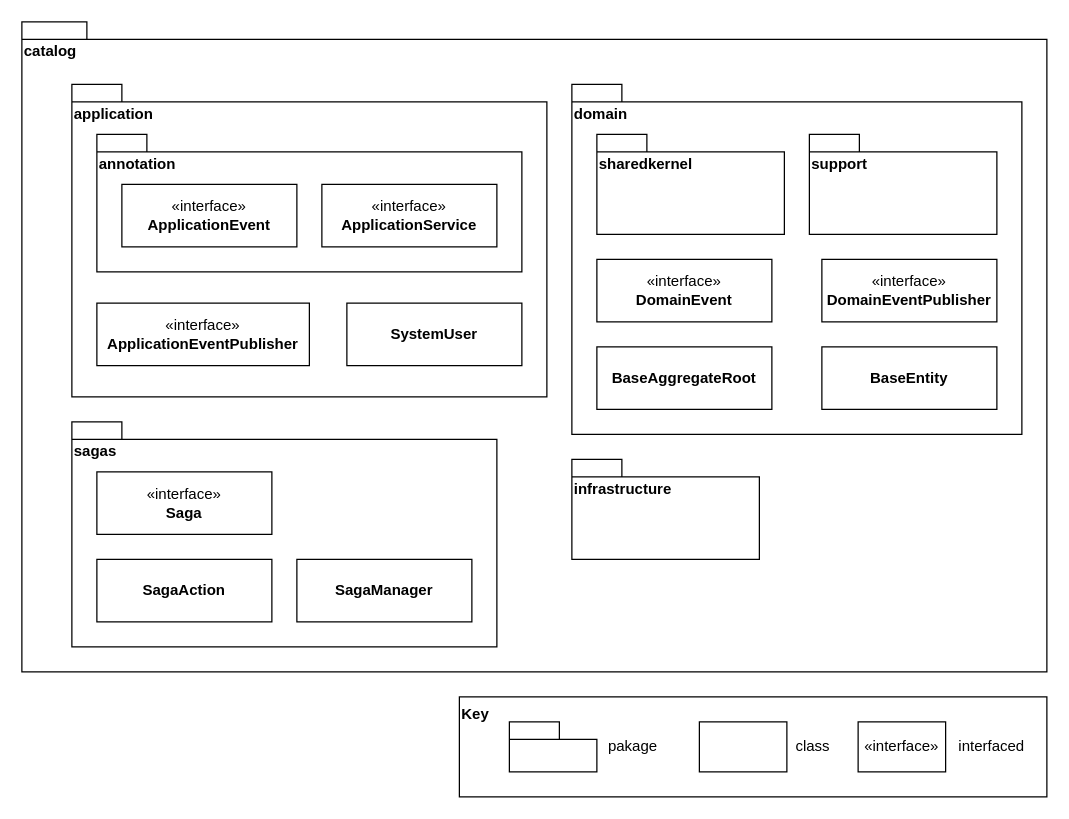
sunggooni/SW_Architect keeps this draw.io diagram as page "Q1" (1 of 2) of SW Architect A2.drawio. Above is the earlier version. Source tidied: cells renumbered, new cells numbered last; positions are measured from the earlier drawing's top-left corner, leaving out a move shared by most shapes. Both pictures are drawn from the tidied source at 125%, with x=0, y=0 at pixel (21, 21).
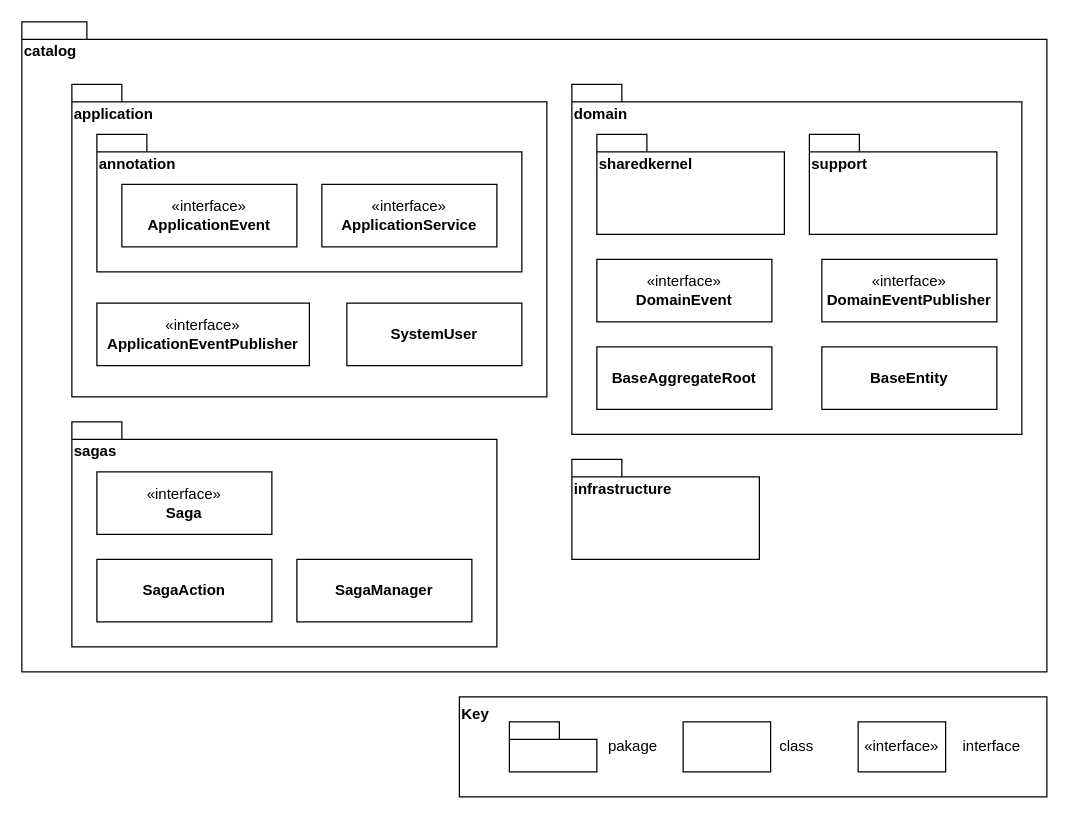
The same diagram, later.

The change refers to these unchanged cells:
```xml
<mxCell id="23" style="group;" parent="1" vertex="1">
  <mxGeometry x="350" y="540" width="470" height="80" as="geometry" />
</mxCell>
```

The edit, as a diff of the source:
```diff
@@
     <mxCell id="27" value="&lt;p style=&quot;margin:0px;margin-top:4px;text-align:center;&quot;&gt;&lt;br&gt;&lt;br&gt;&lt;/p&gt;" style="verticalAlign=top;align=left;overflow=fill;fontSize=12;fontFamily=Helvetica;html=1;whiteSpace=wrap;" parent="23" vertex="1">
-      <mxGeometry x="192" y="20" width="70" height="40" as="geometry" />
+      <mxGeometry x="179" y="20" width="70" height="40" as="geometry" />
     </mxCell>
@@
     <mxCell id="29" value="class" style="text;html=1;strokeColor=none;fillColor=none;align=center;verticalAlign=middle;whiteSpace=wrap;rounded=0;" parent="23" vertex="1">
-      <mxGeometry x="253" y="25" width="60" height="30" as="geometry" />
+      <mxGeometry x="240" y="25" width="60" height="30" as="geometry" />
     </mxCell>
-    <mxCell id="30" value="interfaced" style="text;html=1;strokeColor=none;fillColor=none;align=center;verticalAlign=middle;whiteSpace=wrap;rounded=0;" parent="23" vertex="1">
+    <mxCell id="30" value="interface" style="text;html=1;strokeColor=none;fillColor=none;align=center;verticalAlign=middle;whiteSpace=wrap;rounded=0;" parent="23" vertex="1">
       <mxGeometry x="396" y="25" width="60" height="30" as="geometry" />
     </mxCell>
```
